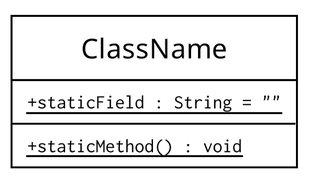
Above: remark/2018/12/plantuml-3-class-diagrams/members3.png in spiegel-im-spiegel/spiegel-im-spiegel.github.io (PlantUML), before the change. Its source is kept beside it as remark/2018/12/plantuml-3-class-diagrams/members3.puml. The source it was exported from:
```plantuml
@startuml

hide circle
skinparam classAttributeIconSize 0

class ClassName {
  {classifier} {field} + staticField : String = ""
  {classifier} {method} + staticMethod() : void
}

@enduml
```
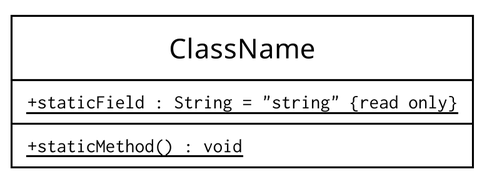
Later version of the same file.

Change to the diagram source:
```diff
@@ -4,7 +4,7 @@
 skinparam classAttributeIconSize 0
 
 class ClassName {
-  {classifier} {field} + staticField : String = ""
+  {classifier} {field} + staticField : String = "string" {read only}
   {classifier} {method} + staticMethod() : void
 }
 
```
